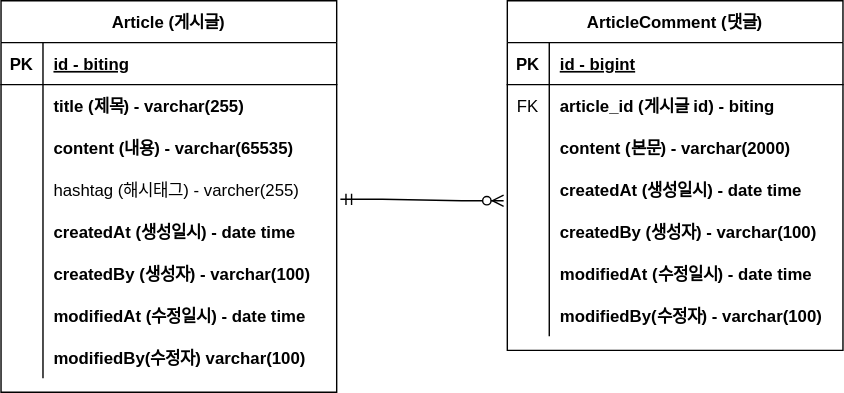
Earlier version of the draw.io export document/springboot-project-board-erd.svg (primarchan/board-springboot-project). Source tidied: cells renumbered, new cells last; positions are measured from the earlier drawing's top-left corner, leaving out a move shared by most shapes.
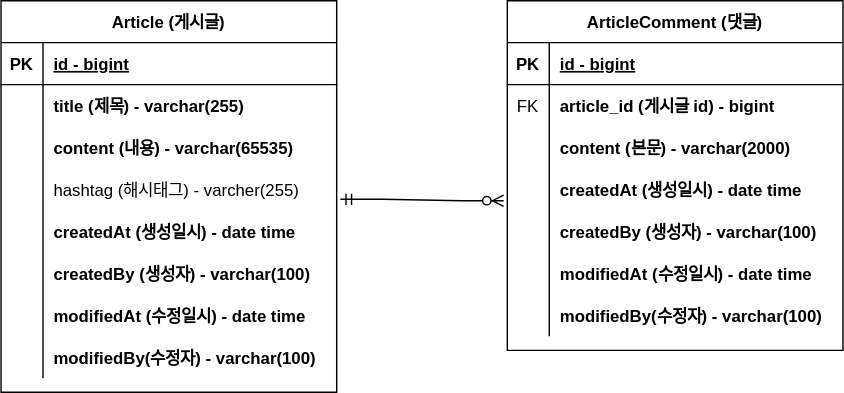
Later version of the same file.

Commit message:
#8 - ERD 주석 업데이트 : springboot-project-board-erd.svg

The edit, as a diff of the source:
```diff
@@ -11,7 +11,7 @@
     <mxCell id="4" value="PK" style="shape=partialRectangle;fillColor=none;top=0;left=0;bottom=0;right=0;fontStyle=1;overflow=hidden;" parent="3" vertex="1">
       <mxGeometry width="30" height="30" as="geometry" />
     </mxCell>
-    <mxCell id="5" value="id - biting" style="shape=partialRectangle;fillColor=none;top=0;left=0;bottom=0;right=0;align=left;spacingLeft=6;fontStyle=5;overflow=hidden;" parent="3" vertex="1">
+    <mxCell id="5" value="id - bigint" style="shape=partialRectangle;fillColor=none;top=0;left=0;bottom=0;right=0;align=left;spacingLeft=6;fontStyle=5;overflow=hidden;" parent="3" vertex="1">
       <mxGeometry x="30" width="210" height="30" as="geometry" />
     </mxCell>
     <mxCell id="6" style="shape=tableRow;horizontal=0;startSize=0;swimlaneHead=0;swimlaneBody=0;fillColor=none;top=0;left=0;right=0;bottom=0;" parent="2" vertex="1">
@@ -74,7 +74,7 @@
     <mxCell id="25" style="shape=partialRectangle;fillColor=none;top=0;left=0;bottom=0;right=0;overflow=hidden;" parent="24" vertex="1">
       <mxGeometry width="30" height="30" as="geometry" />
     </mxCell>
-    <mxCell id="26" value="modifiedBy(수정자) varchar(100)" style="shape=partialRectangle;fillColor=none;top=0;left=0;bottom=0;right=0;align=left;spacingLeft=6;overflow=hidden;fontStyle=1;" parent="24" vertex="1">
+    <mxCell id="26" value="modifiedBy(수정자) - varchar(100)" style="shape=partialRectangle;fillColor=none;top=0;left=0;bottom=0;right=0;align=left;spacingLeft=6;overflow=hidden;fontStyle=1;" parent="24" vertex="1">
       <mxGeometry x="30" width="210" height="30" as="geometry" />
     </mxCell>
     <mxCell id="27" value="ArticleComment (댓글)" style="shape=table;startSize=30;rowLines=0;fontStyle=1;align=center;" parent="1" vertex="1">
@@ -95,7 +95,7 @@
     <mxCell id="32" value="FK" style="shape=partialRectangle;fillColor=none;top=0;left=0;bottom=0;right=0;overflow=hidden;" parent="31" vertex="1">
       <mxGeometry width="30" height="30" as="geometry" />
     </mxCell>
-    <mxCell id="33" value="article_id (게시글 id) - biting" style="shape=partialRectangle;fillColor=none;top=0;left=0;bottom=0;right=0;align=left;spacingLeft=6;overflow=hidden;fontStyle=1;" parent="31" vertex="1">
+    <mxCell id="33" value="article_id (게시글 id) - bigint" style="shape=partialRectangle;fillColor=none;top=0;left=0;bottom=0;right=0;align=left;spacingLeft=6;overflow=hidden;fontStyle=1;" parent="31" vertex="1">
       <mxGeometry x="30" width="210" height="30" as="geometry" />
     </mxCell>
     <mxCell id="34" style="shape=tableRow;horizontal=0;startSize=0;swimlaneHead=0;swimlaneBody=0;fillColor=none;top=0;left=0;right=0;bottom=0;" parent="27" vertex="1">
```
